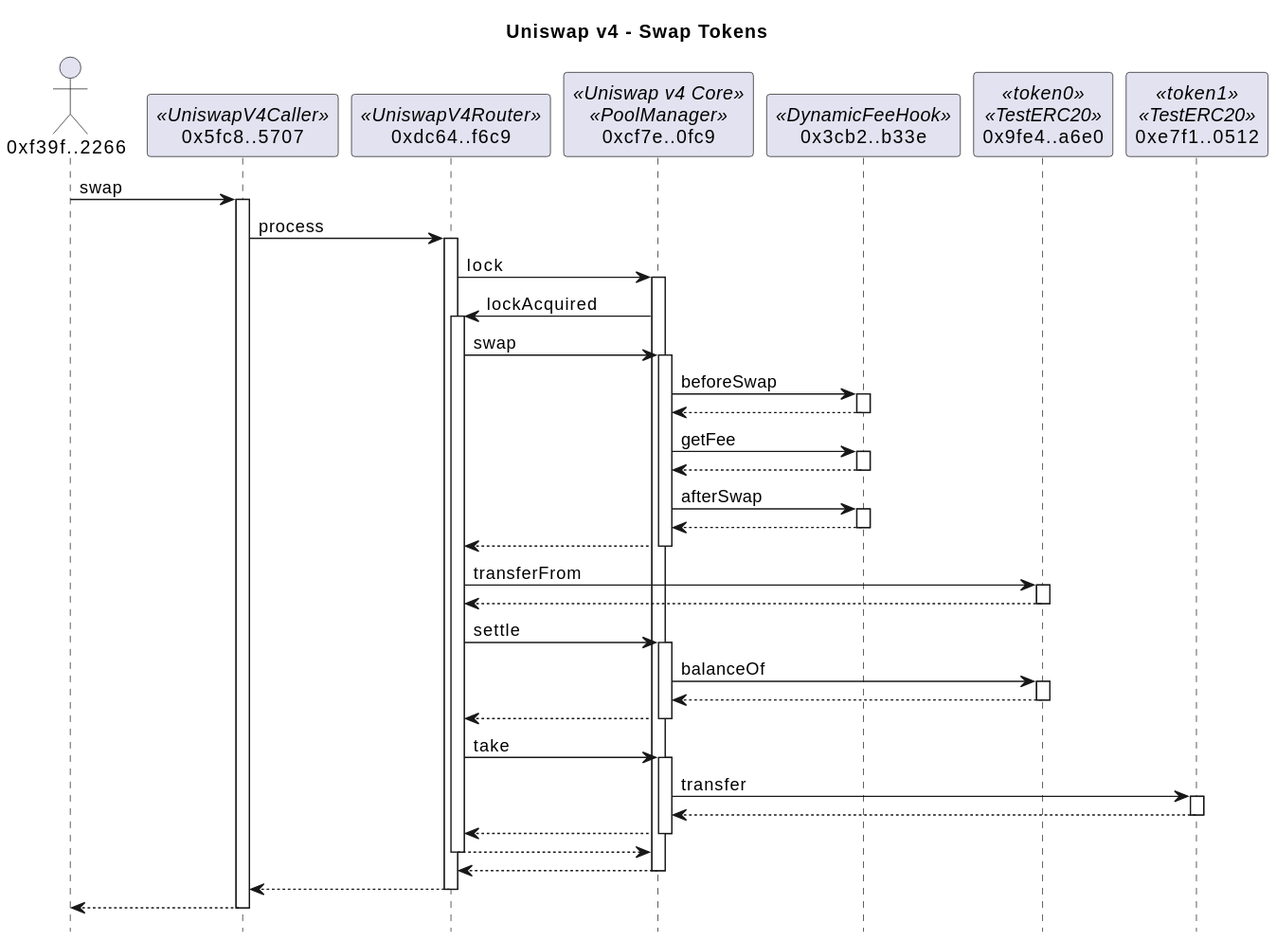
This is docs/dynamicFeeSwapSummary.svg from naddison36/uniswap-v4-hooks, a PlantUML export, as it was before one commit.
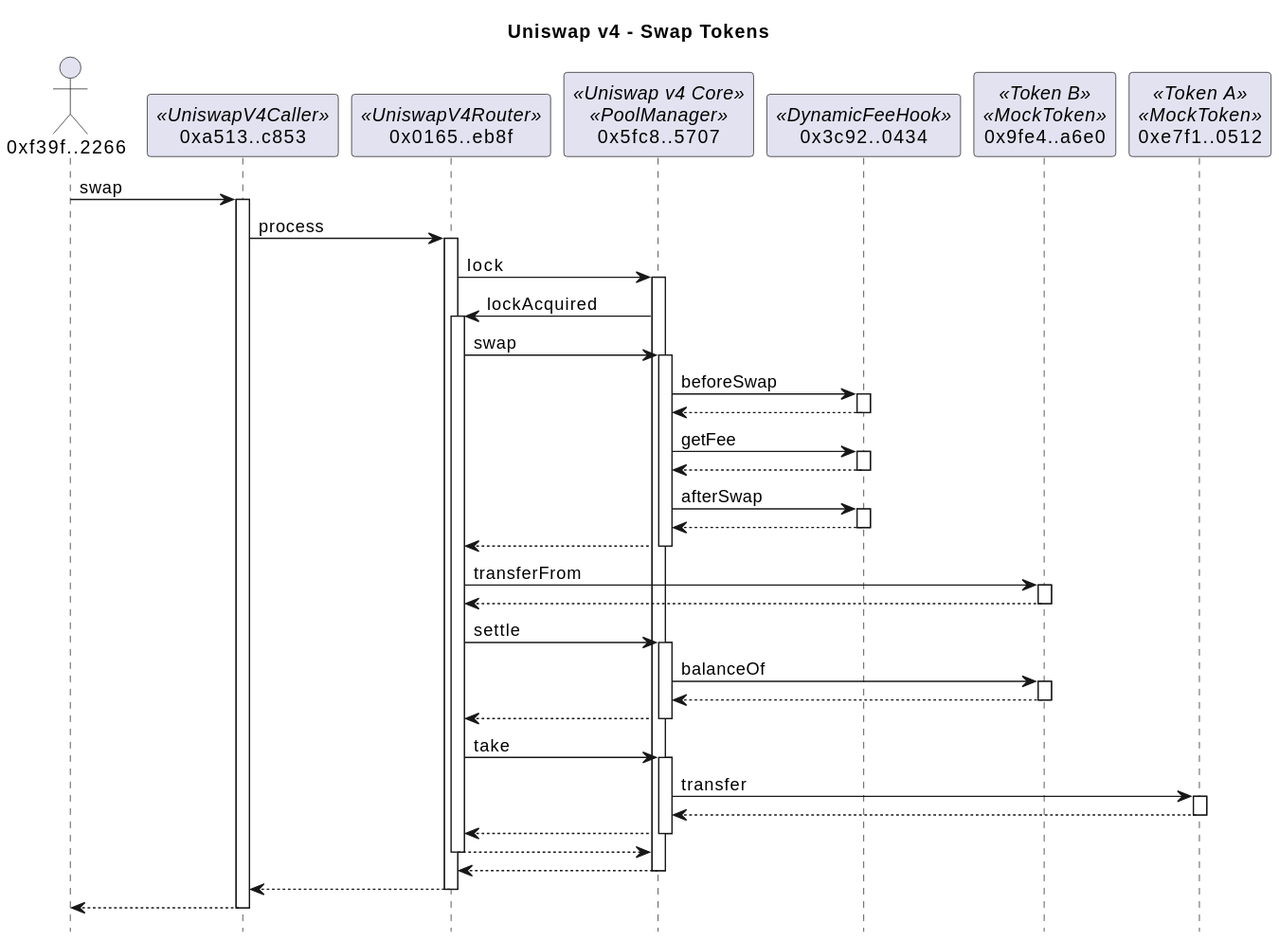
After the change.

Diff of the diagram source:
```diff
@@ -3,45 +3,45 @@
 hide footbox
 
 actor "0xf39f..2266" as f39f2266
-participant "0x5fc8..5707" as 5fc85707 <<UniswapV4Caller>>
-participant "0xdc64..f6c9" as dc64f6c9 <<UniswapV4Router>>
-participant "0xcf7e..0fc9" as cf7e0fc9 <<Uniswap v4 Core>><<PoolManager>>
-participant "0x3cb2..b33e" as 3cb2b33e <<DynamicFeeHook>>
-participant "0x9fe4..a6e0" as 9fe4a6e0 <<token0>><<TestERC20>>
-participant "0xe7f1..0512" as e7f10512 <<token1>><<TestERC20>>
+participant "0xa513..c853" as a513c853 <<UniswapV4Caller>>
+participant "0x0165..eb8f" as 0165eb8f <<UniswapV4Router>>
+participant "0x5fc8..5707" as 5fc85707 <<Uniswap v4 Core>><<PoolManager>>
+participant "0x3c92..0434" as 3c920434 <<DynamicFeeHook>>
+participant "0x9fe4..a6e0" as 9fe4a6e0 <<Token B>><<MockToken>>
+participant "0xe7f1..0512" as e7f10512 <<Token A>><<MockToken>>
 
-f39f2266 -> 5fc85707: swap
+f39f2266 -> a513c853: swap
+activate a513c853
+a513c853 -> 0165eb8f: process
+activate 0165eb8f
+0165eb8f -> 5fc85707: lock
 activate 5fc85707
-5fc85707 -> dc64f6c9: process
-activate dc64f6c9
-dc64f6c9 -> cf7e0fc9: lock
-activate cf7e0fc9
-cf7e0fc9 -> dc64f6c9: lockAcquired
-activate dc64f6c9
-dc64f6c9 -> cf7e0fc9: swap
-activate cf7e0fc9
-cf7e0fc9 -> 3cb2b33e: beforeSwap
-activate 3cb2b33e
+5fc85707 -> 0165eb8f: lockAcquired
+activate 0165eb8f
+0165eb8f -> 5fc85707: swap
+activate 5fc85707
+5fc85707 -> 3c920434: beforeSwap
+activate 3c920434
 return
-cf7e0fc9 -> 3cb2b33e: getFee
-activate 3cb2b33e
+5fc85707 -> 3c920434: getFee
+activate 3c920434
 return
-cf7e0fc9 -> 3cb2b33e: afterSwap
-activate 3cb2b33e
+5fc85707 -> 3c920434: afterSwap
+activate 3c920434
 return
 return
-dc64f6c9 -> 9fe4a6e0: transferFrom
+0165eb8f -> 9fe4a6e0: transferFrom
 activate 9fe4a6e0
 return
-dc64f6c9 -> cf7e0fc9: settle
-activate cf7e0fc9
-cf7e0fc9 -> 9fe4a6e0: balanceOf
+0165eb8f -> 5fc85707: settle
+activate 5fc85707
+5fc85707 -> 9fe4a6e0: balanceOf
 activate 9fe4a6e0
 return
 return
-dc64f6c9 -> cf7e0fc9: take
-activate cf7e0fc9
-cf7e0fc9 -> e7f10512: transfer
+0165eb8f -> 5fc85707: take
+activate 5fc85707
+5fc85707 -> e7f10512: transfer
 activate e7f10512
 return
 return
```
